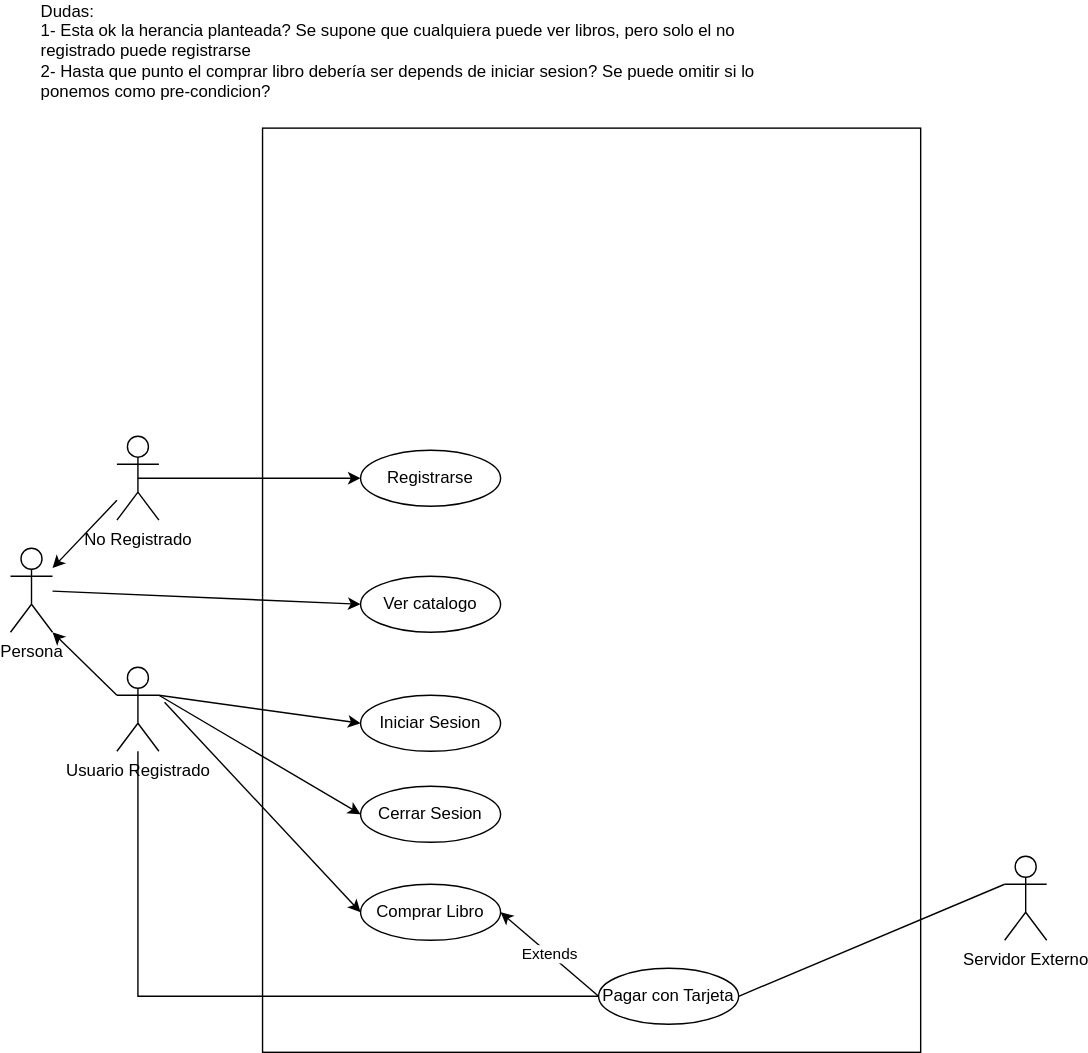
The draw.io diagram 2021PrimeraFecha.drawio.svg in juansirai/ING1, before a commit. Source tidied: cells renumbered, new cells last; positions are measured from the earlier drawing's top-left corner, leaving out a move shared by most shapes. The source it was exported from:
```xml
<mxGraphModel>
  <root>
    <mxCell id="0" />
    <mxCell id="1" parent="0" />
    <mxCell id="2" style="rounded=0;whiteSpace=wrap;html=1;" parent="1" vertex="1">
      <mxGeometry x="180" y="70" width="470" height="660" as="geometry" />
    </mxCell>
    <mxCell id="3" value="No Registrado" style="shape=umlActor;verticalLabelPosition=bottom;verticalAlign=top;html=1;outlineConnect=0;" parent="1" vertex="1">
      <mxGeometry x="76" y="290" width="30" height="60" as="geometry" />
    </mxCell>
    <mxCell id="4" style="edgeStyle=orthogonalEdgeStyle;rounded=0;jettySize=auto;html=1;entryX=0;entryY=0.5;entryDx=0;entryDy=0;endArrow=none;endFill=0;" parent="1" edge="1" source="5" target="16">
      <mxGeometry relative="1" as="geometry">
        <Array as="points">
          <mxPoint x="91" y="690" />
        </Array>
      </mxGeometry>
    </mxCell>
    <mxCell id="5" value="Usuario Registrado" style="shape=umlActor;verticalLabelPosition=bottom;verticalAlign=top;html=1;outlineConnect=0;" parent="1" vertex="1">
      <mxGeometry x="76" y="455" width="30" height="60" as="geometry" />
    </mxCell>
    <mxCell id="6" style="endArrow=classic;html=1;rounded=0;exitX=0.5;exitY=0.5;exitDx=0;exitDy=0;exitPerimeter=0;" parent="1" edge="1" source="3" target="7">
      <mxGeometry relative="1" as="geometry" />
    </mxCell>
    <mxCell id="7" value="Registrarse" style="ellipse;whiteSpace=wrap;html=1;" parent="1" vertex="1">
      <mxGeometry x="250" y="300" width="100" height="40" as="geometry" />
    </mxCell>
    <mxCell id="8" value="Persona" style="shape=umlActor;verticalLabelPosition=bottom;verticalAlign=top;html=1;outlineConnect=0;" parent="1" vertex="1">
      <mxGeometry y="370" width="30" height="60" as="geometry" />
    </mxCell>
    <mxCell id="9" value="Ver catalogo" style="ellipse;whiteSpace=wrap;html=1;" parent="1" vertex="1">
      <mxGeometry x="250" y="390" width="100" height="40" as="geometry" />
    </mxCell>
    <mxCell id="10" style="endArrow=classic;html=1;rounded=0;entryX=1;entryY=1;entryDx=0;entryDy=0;entryPerimeter=0;exitX=0;exitY=0.3333333333333333;exitDx=0;exitDy=0;exitPerimeter=0;" parent="1" edge="1" source="5" target="8">
      <mxGeometry relative="1" as="geometry" />
    </mxCell>
    <mxCell id="11" style="endArrow=classic;html=1;rounded=0;" parent="1" edge="1" source="3" target="8">
      <mxGeometry relative="1" as="geometry" />
    </mxCell>
    <mxCell id="12" style="endArrow=classic;html=1;rounded=0;entryX=0;entryY=0.5;entryDx=0;entryDy=0;" parent="1" edge="1" source="8" target="9">
      <mxGeometry relative="1" as="geometry" />
    </mxCell>
    <mxCell id="13" value="Iniciar Sesion" style="ellipse;whiteSpace=wrap;html=1;" parent="1" vertex="1">
      <mxGeometry x="250" y="475" width="100" height="40" as="geometry" />
    </mxCell>
    <mxCell id="14" value="Cerrar Sesion" style="ellipse;whiteSpace=wrap;html=1;" parent="1" vertex="1">
      <mxGeometry x="250" y="540" width="100" height="40" as="geometry" />
    </mxCell>
    <mxCell id="15" value="Comprar Libro" style="ellipse;whiteSpace=wrap;html=1;" parent="1" vertex="1">
      <mxGeometry x="250" y="610" width="100" height="40" as="geometry" />
    </mxCell>
    <mxCell id="16" value="Pagar con Tarjeta" style="ellipse;whiteSpace=wrap;html=1;" parent="1" vertex="1">
      <mxGeometry x="420" y="670" width="100" height="40" as="geometry" />
    </mxCell>
    <mxCell id="17" value="Servidor Externo" style="shape=umlActor;verticalLabelPosition=bottom;verticalAlign=top;html=1;outlineConnect=0;" parent="1" vertex="1">
      <mxGeometry x="710" y="590" width="30" height="60" as="geometry" />
    </mxCell>
    <mxCell id="18" style="endArrow=classic;html=1;rounded=0;exitX=1;exitY=0.3333333333333333;exitDx=0;exitDy=0;exitPerimeter=0;entryX=0;entryY=0.5;entryDx=0;entryDy=0;" parent="1" edge="1" source="5" target="13">
      <mxGeometry relative="1" as="geometry" />
    </mxCell>
    <mxCell id="19" style="endArrow=classic;html=1;rounded=0;exitX=1;exitY=0.3333333333333333;exitDx=0;exitDy=0;exitPerimeter=0;entryX=0;entryY=0.5;entryDx=0;entryDy=0;" parent="1" edge="1" source="5" target="14">
      <mxGeometry relative="1" as="geometry" />
    </mxCell>
    <mxCell id="20" style="endArrow=classic;html=1;rounded=0;entryX=0;entryY=0.5;entryDx=0;entryDy=0;" parent="1" edge="1" target="15">
      <mxGeometry relative="1" as="geometry">
        <mxPoint x="110" y="480" as="sourcePoint" />
      </mxGeometry>
    </mxCell>
    <mxCell id="21" style="endArrow=none;html=1;rounded=0;entryX=0;entryY=0.3333333333333333;entryDx=0;entryDy=0;entryPerimeter=0;exitX=1;exitY=0.5;exitDx=0;exitDy=0;" parent="1" edge="1" source="16" target="17">
      <mxGeometry relative="1" as="geometry" />
    </mxCell>
    <mxCell id="22" value="Extends" style="endArrow=classic;html=1;rounded=0;exitX=0;exitY=0.5;exitDx=0;exitDy=0;entryX=1;entryY=0.5;entryDx=0;entryDy=0;" parent="1" edge="1" source="16" target="15">
      <mxGeometry relative="1" as="geometry" />
    </mxCell>
    <mxCell id="23" value="Dudas:&lt;br&gt;1- Esta ok la herancia planteada? Se supone que cualquiera puede ver libros, pero solo el no registrado puede registrarse&lt;br&gt;2- Hasta que punto el comprar libro debería ser depends de iniciar sesion? Se puede omitir si lo ponemos como pre-condicion?" style="text;html=1;align=left;verticalAlign=middle;whiteSpace=wrap;rounded=0;" parent="1" vertex="1">
      <mxGeometry x="20" width="524" height="30" as="geometry" />
    </mxCell>
  </root>
</mxGraphModel>
```
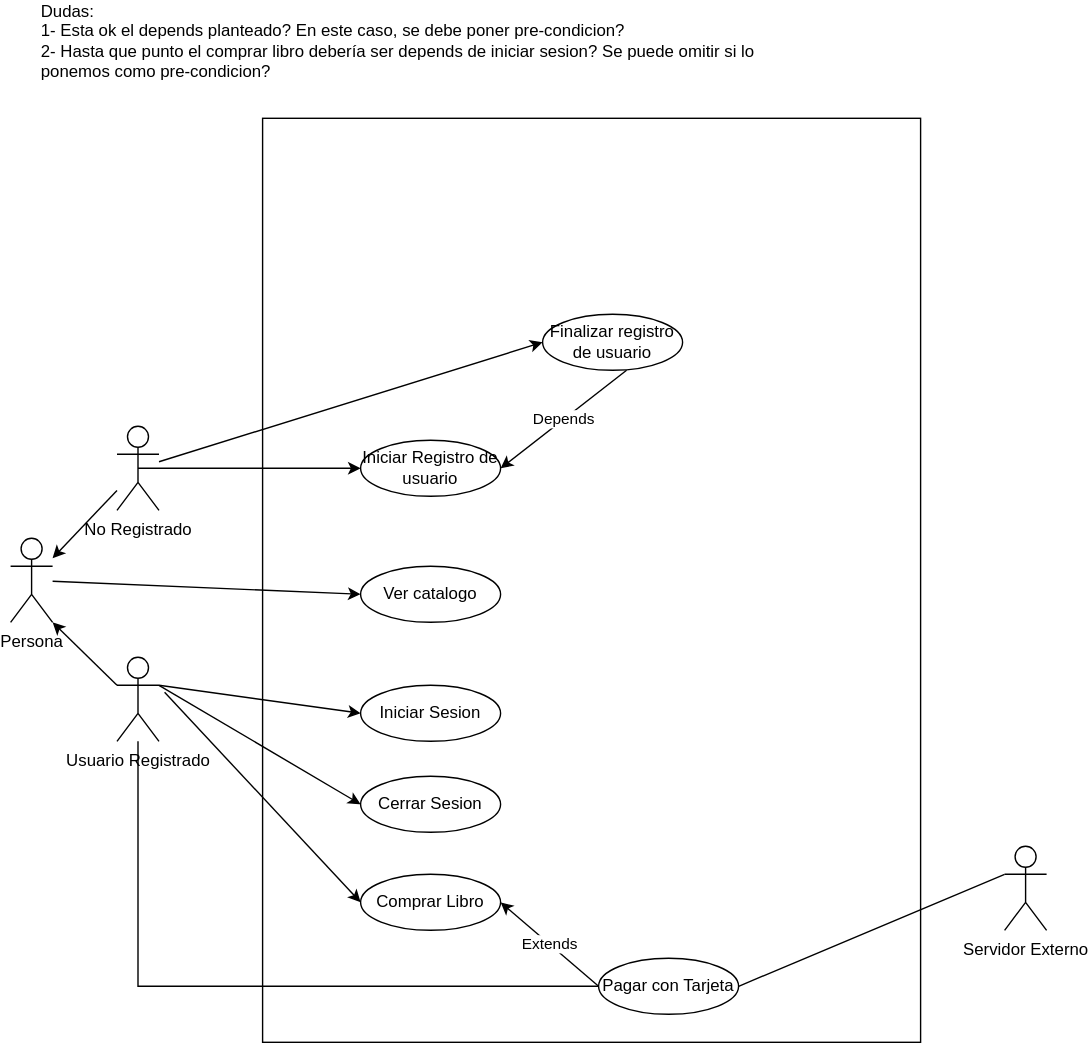
Above is the later version.

The edit, as a diff of the source:
```diff
@@ -21,7 +21,7 @@
     <mxCell id="6" style="endArrow=classic;html=1;rounded=0;exitX=0.5;exitY=0.5;exitDx=0;exitDy=0;exitPerimeter=0;" parent="1" edge="1" source="3" target="7">
       <mxGeometry relative="1" as="geometry" />
     </mxCell>
-    <mxCell id="7" value="Registrarse" style="ellipse;whiteSpace=wrap;html=1;" parent="1" vertex="1">
+    <mxCell id="7" value="Iniciar Registro de usuario" style="ellipse;whiteSpace=wrap;html=1;" parent="1" vertex="1">
       <mxGeometry x="250" y="300" width="100" height="40" as="geometry" />
     </mxCell>
     <mxCell id="8" value="Persona" style="shape=umlActor;verticalLabelPosition=bottom;verticalAlign=top;html=1;outlineConnect=0;" parent="1" vertex="1">
@@ -71,8 +71,17 @@
     <mxCell id="22" value="Extends" style="endArrow=classic;html=1;rounded=0;exitX=0;exitY=0.5;exitDx=0;exitDy=0;entryX=1;entryY=0.5;entryDx=0;entryDy=0;" parent="1" edge="1" source="16" target="15">
       <mxGeometry relative="1" as="geometry" />
     </mxCell>
-    <mxCell id="23" value="Dudas:&lt;br&gt;1- Esta ok la herancia planteada? Se supone que cualquiera puede ver libros, pero solo el no registrado puede registrarse&lt;br&gt;2- Hasta que punto el comprar libro debería ser depends de iniciar sesion? Se puede omitir si lo ponemos como pre-condicion?" style="text;html=1;align=left;verticalAlign=middle;whiteSpace=wrap;rounded=0;" parent="1" vertex="1">
+    <mxCell id="23" value="Dudas:&lt;br&gt;1- Esta ok el depends planteado? En este caso, se debe poner pre-condicion?&lt;br&gt;2- Hasta que punto el comprar libro debería ser depends de iniciar sesion? Se puede omitir si lo ponemos como pre-condicion?" style="text;html=1;align=left;verticalAlign=middle;whiteSpace=wrap;rounded=0;" parent="1" vertex="1">
       <mxGeometry x="20" width="524" height="30" as="geometry" />
     </mxCell>
+    <mxCell id="24" value="Finalizar registro de usuario" style="ellipse;whiteSpace=wrap;html=1;" parent="1" vertex="1">
+      <mxGeometry x="380" y="210" width="100" height="40" as="geometry" />
+    </mxCell>
+    <mxCell id="25" style="endArrow=classic;html=1;rounded=0;entryX=0;entryY=0.5;entryDx=0;entryDy=0;" parent="1" edge="1" source="3" target="24">
+      <mxGeometry relative="1" as="geometry" />
+    </mxCell>
+    <mxCell id="26" value="Depends" style="endArrow=classic;html=1;rounded=0;entryX=1;entryY=0.5;entryDx=0;entryDy=0;exitX=0.6;exitY=1;exitDx=0;exitDy=0;exitPerimeter=0;" parent="1" edge="1" source="24" target="7">
+      <mxGeometry relative="1" as="geometry" />
+    </mxCell>
   </root>
 </mxGraphModel>
```
